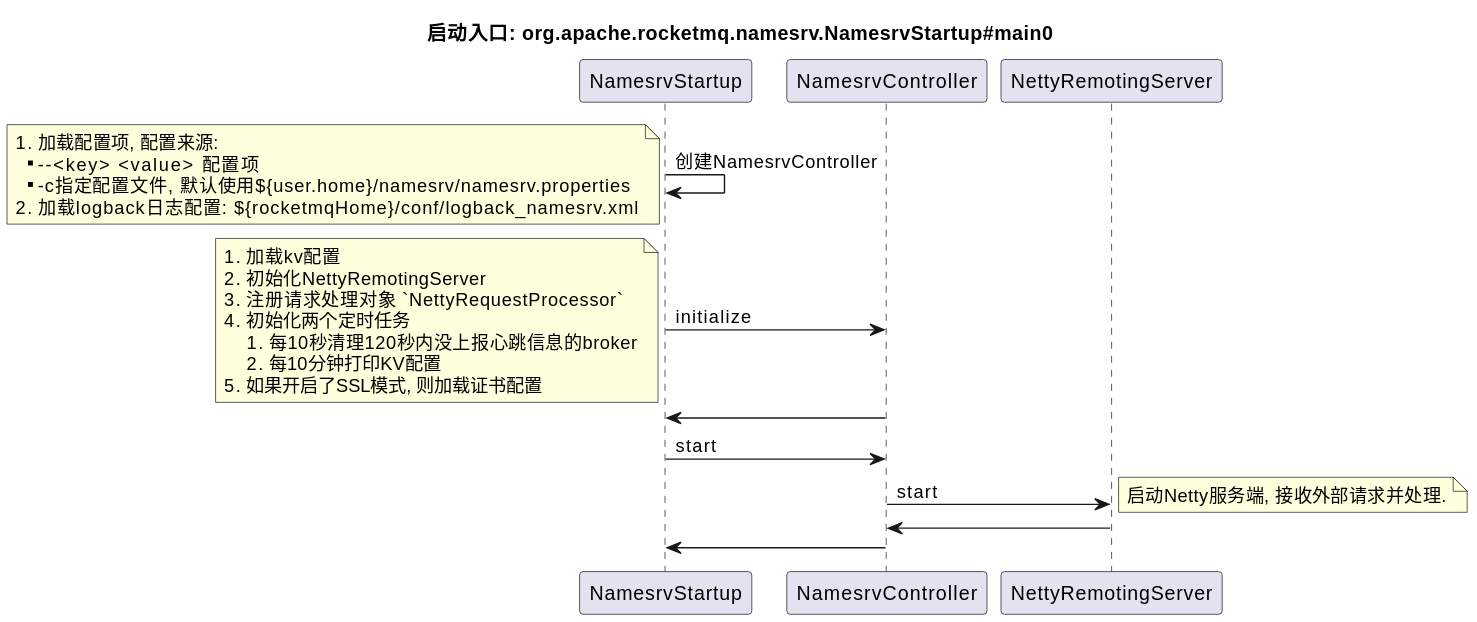
Before: NameServerStartup.svg, a diagram exported from PlantUML (jjyyjjyy/cafebabe). Its source is kept beside it as charts/rocketmq/NameServerStartup.puml. Its diagram source:
```plantuml
@startuml

title 启动入口: org.apache.rocketmq.namesrv.NamesrvStartup#main0

NamesrvStartup -> NamesrvStartup : 创建NamesrvController
note left
# 加载配置项, 配置来源:
** --<key> <value> 配置项
** -c指定配置文件, 默认使用${user.home}/namesrv/namesrv.properties
# 加载logback日志配置: ${rocketmqHome}/conf/logback_namesrv.xml
end note

NamesrvStartup -> NamesrvController : initialize

note left
# 加载kv配置
# 初始化NettyRemotingServer
# 注册请求处理对象 `NettyRequestProcessor`
# 初始化两个定时任务
## 每10秒清理120秒内没上报心跳信息的broker
## 每10分钟打印KV配置
# 如果开启了SSL模式, 则加载证书配置
end note

NamesrvController -> NamesrvStartup
NamesrvStartup -> NamesrvController : start

NamesrvController -> NettyRemotingServer : start
note right
启动Netty服务端, 接收外部请求并处理.
end note

NettyRemotingServer -> NamesrvController
NamesrvController -> NamesrvStartup

@enduml
```
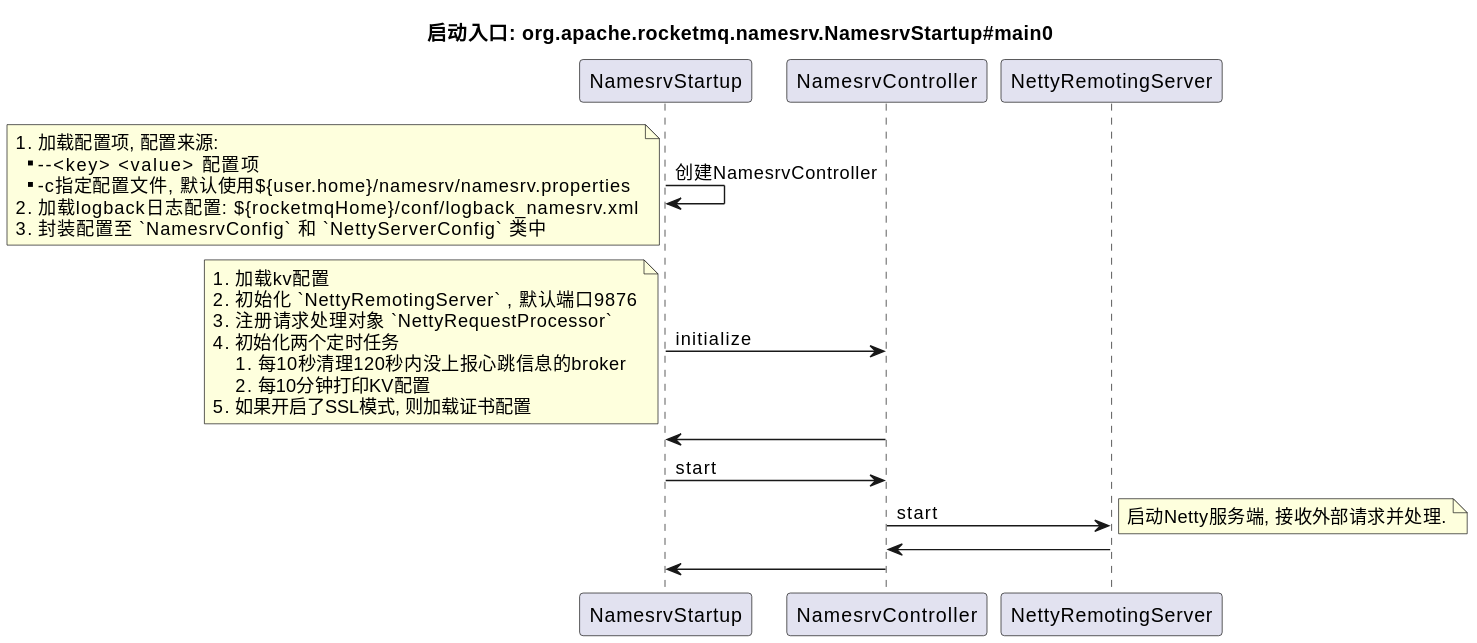
Later version of the same file.

Change to the diagram source:
```diff
@@ -8,13 +8,14 @@
 ** --<key> <value> 配置项
 ** -c指定配置文件, 默认使用${user.home}/namesrv/namesrv.properties
 # 加载logback日志配置: ${rocketmqHome}/conf/logback_namesrv.xml
+# 封装配置至 `NamesrvConfig` 和 `NettyServerConfig` 类中
 end note
 
 NamesrvStartup -> NamesrvController : initialize
 
 note left
 # 加载kv配置
-# 初始化NettyRemotingServer
+# 初始化 `NettyRemotingServer` , 默认端口9876
 # 注册请求处理对象 `NettyRequestProcessor`
 # 初始化两个定时任务
 ## 每10秒清理120秒内没上报心跳信息的broker
```
